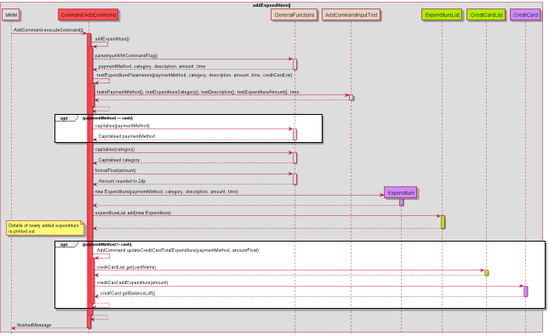
Above: docs/images/Add_Expenditure_Command_Sequence_Diagram.png in nus-cs2113-AY2122S2/tp (PlantUML), before the change.
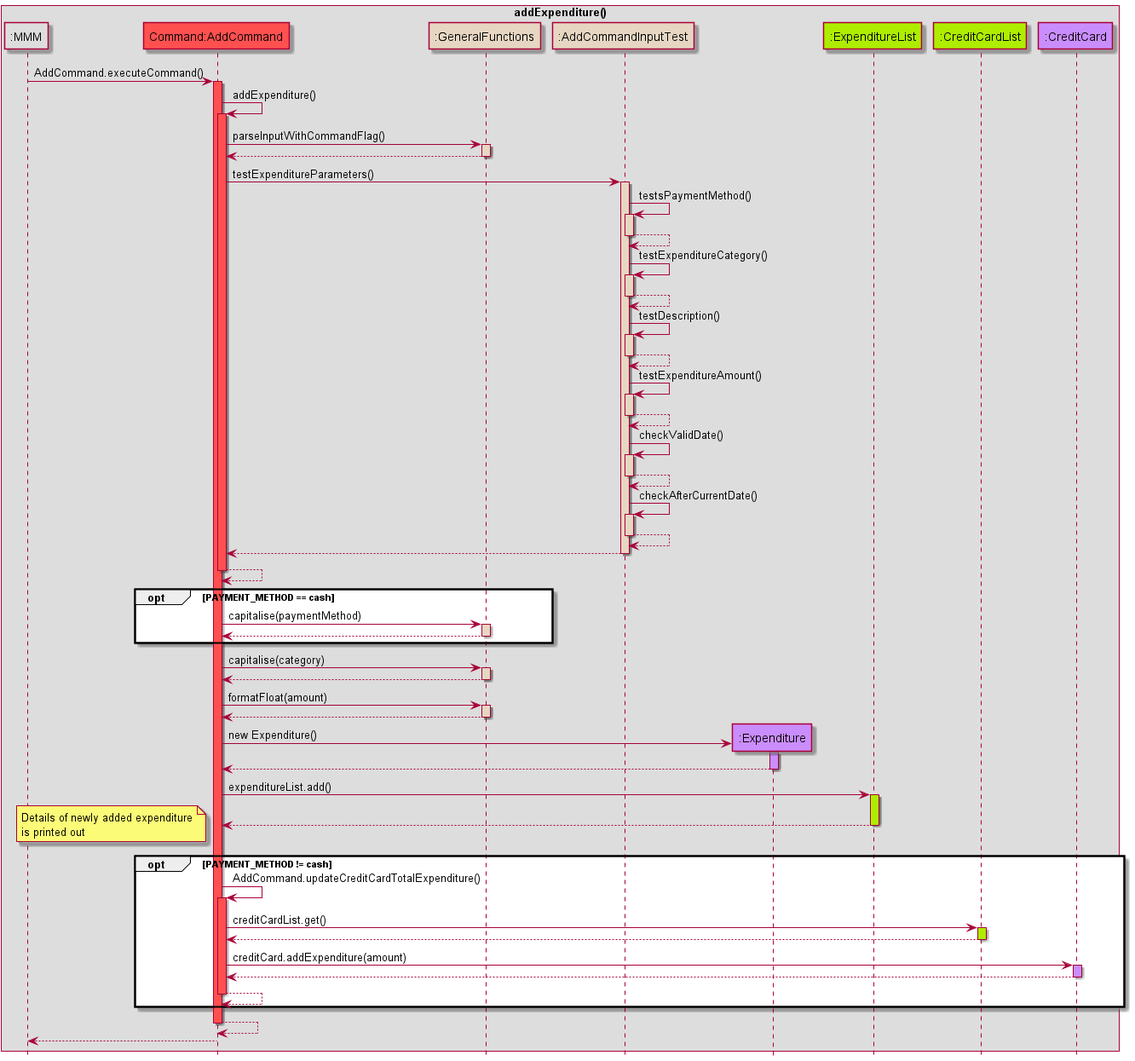
Later version of the same file.

Commit message:
Remove optional parameters and return values for neater sequence diagrams

The edit, as a diff of the source:
```diff
@@ -21,42 +21,72 @@
 
 AddCommand -> GeneralFunctions: parseInputWithCommandFlag()
 activate GeneralFunctions HELPER_COLOUR
-GeneralFunctions --> AddCommand: paymentMethod, category, description, amount, time
+GeneralFunctions --> AddCommand
 deactivate GeneralFunctions
 
 
-AddCommand -> AddCommand: testExpenditureParameters(paymentMethod, category, description, amount, time, creditCardList)
-activate AddCommand COMMANDS_COLOUR
-AddCommand -> AddCommandInputTest: testsPaymentMethod(), testExpenditureCategory(), testDescription(), testExpenditureAmount(), time,
+AddCommand -> AddCommandInputTest: testExpenditureParameters()
 activate AddCommandInputTest HELPER_COLOUR
+
+AddCommandInputTest -> AddCommandInputTest: testsPaymentMethod()
+activate AddCommandInputTest HELPER_COLOUR
+AddCommandInputTest --> AddCommandInputTest
+deactivate AddCommandInputTest
+
+AddCommandInputTest -> AddCommandInputTest: testExpenditureCategory()
+activate AddCommandInputTest HELPER_COLOUR
+AddCommandInputTest --> AddCommandInputTest
+deactivate AddCommandInputTest
+
+AddCommandInputTest -> AddCommandInputTest: testDescription()
+activate AddCommandInputTest HELPER_COLOUR
+AddCommandInputTest --> AddCommandInputTest
+deactivate AddCommandInputTest
+
+AddCommandInputTest -> AddCommandInputTest: testExpenditureAmount()
+activate AddCommandInputTest HELPER_COLOUR
+AddCommandInputTest --> AddCommandInputTest
+deactivate AddCommandInputTest
+
+AddCommandInputTest -> AddCommandInputTest: checkValidDate()
+activate AddCommandInputTest HELPER_COLOUR
+AddCommandInputTest --> AddCommandInputTest
+deactivate AddCommandInputTest
+
+AddCommandInputTest -> AddCommandInputTest: checkAfterCurrentDate()
+activate AddCommandInputTest HELPER_COLOUR
+AddCommandInputTest --> AddCommandInputTest
+deactivate AddCommandInputTest
+
+
 AddCommandInputTest --> AddCommand
 deactivate AddCommandInputTest
 AddCommand --> AddCommand
 deactivate AddCommand COMMANDS_COLOUR
 
-opt paymentMethod == cash
+opt PAYMENT_METHOD == cash
 AddCommand -> GeneralFunctions: capitalise(paymentMethod)
 activate GeneralFunctions HELPER_COLOUR
-GeneralFunctions --> AddCommand: Capitalised paymentMethod
+GeneralFunctions --> AddCommand
 deactivate GeneralFunctions
 end
 AddCommand -> GeneralFunctions: capitalise(category)
 activate GeneralFunctions HELPER_COLOUR
-GeneralFunctions --> AddCommand: Capitalised category
+GeneralFunctions --> AddCommand
 deactivate GeneralFunctions
 
 AddCommand -> GeneralFunctions: formatFloat(amount)
 activate GeneralFunctions HELPER_COLOUR
-GeneralFunctions --> AddCommand: Amount rounded to 2dp
+GeneralFunctions --> AddCommand
 deactivate GeneralFunctions
 
 create Expenditure
-AddCommand -> Expenditure: new Expenditure(paymentMethod, category, description, amount, time)
+AddCommand -> Expenditure: new Expenditure()
 activate Expenditure USERFINANCIAL_COLOUR
 Expenditure --> AddCommand
 deactivate Expenditure
 
-AddCommand -> ExpenditureList: expenditureList.add(new Expenditure)
+AddCommand -> ExpenditureList: expenditureList.add()
 activate ExpenditureList DATA_COLOUR
 ExpenditureList --> AddCommand
 deactivate ExpenditureList
@@ -66,18 +96,18 @@
 is printed out
 end note
 
-opt paymentMethod != cash
+opt PAYMENT_METHOD != cash
 
-AddCommand -> AddCommand: AddCommand.updateCreditCardTotalExpenditure(paymentMethod, amountFloat)
+AddCommand -> AddCommand: AddCommand.updateCreditCardTotalExpenditure()
 activate AddCommand COMMANDS_COLOUR
-AddCommand -> CreditCardList: creditCardList.get(cardName)
+AddCommand -> CreditCardList: creditCardList.get()
 activate CreditCardList DATA_COLOUR
 CreditCardList --> AddCommand
 deactivate CreditCardList
 
 AddCommand -> CreditCard: creditCard.addExpenditure(amount)
 activate CreditCard USERFINANCIAL_COLOUR
-CreditCard --> AddCommand: creditCard.getBalanceLeft()
+CreditCard --> AddCommand
 deactivate CreditCard
 
 AddCommand --> AddCommand
@@ -88,6 +118,6 @@
 
 AddCommand --> AddCommand:
 deactivate AddCommand
-AddCommand --> MMM: finishedMessage
+AddCommand --> MMM
 deactivate AddCommand
 @enduml
```
